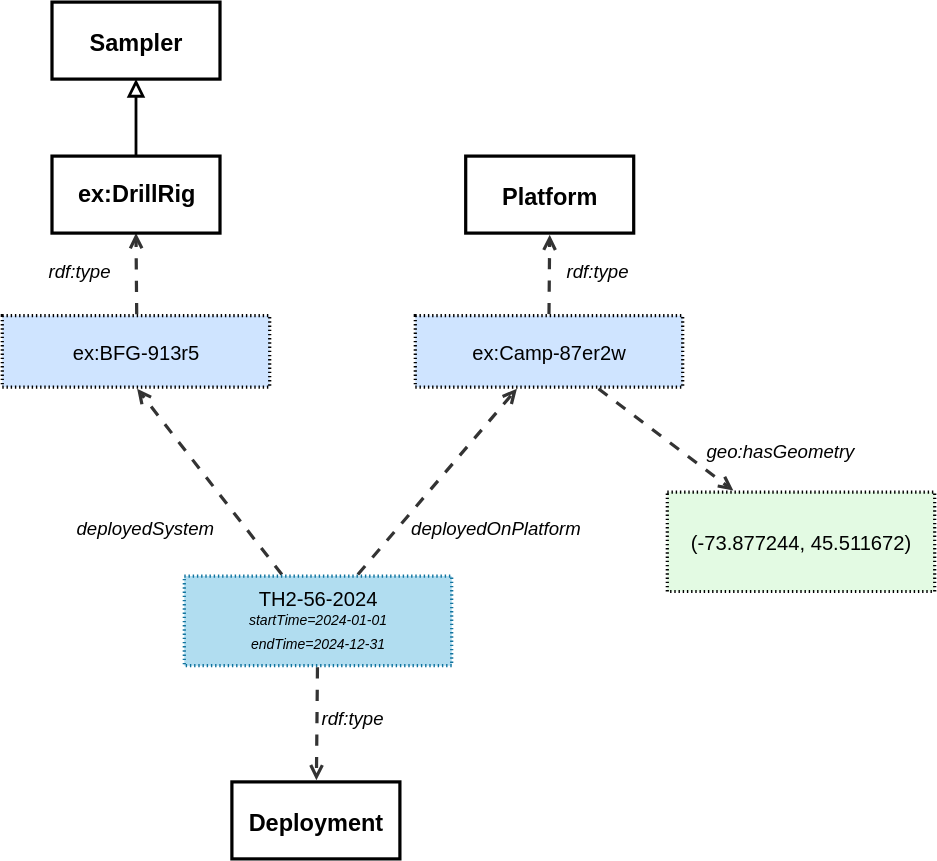
This is ssn/images/LocatedDeployment.svg from w3c/sdw-sosa-ssn, a draw.io export, as it was before one commit. Source tidied: cells renumbered, new cells last; positions are measured from the earlier drawing's top-left corner, leaving out a move shared by most shapes.
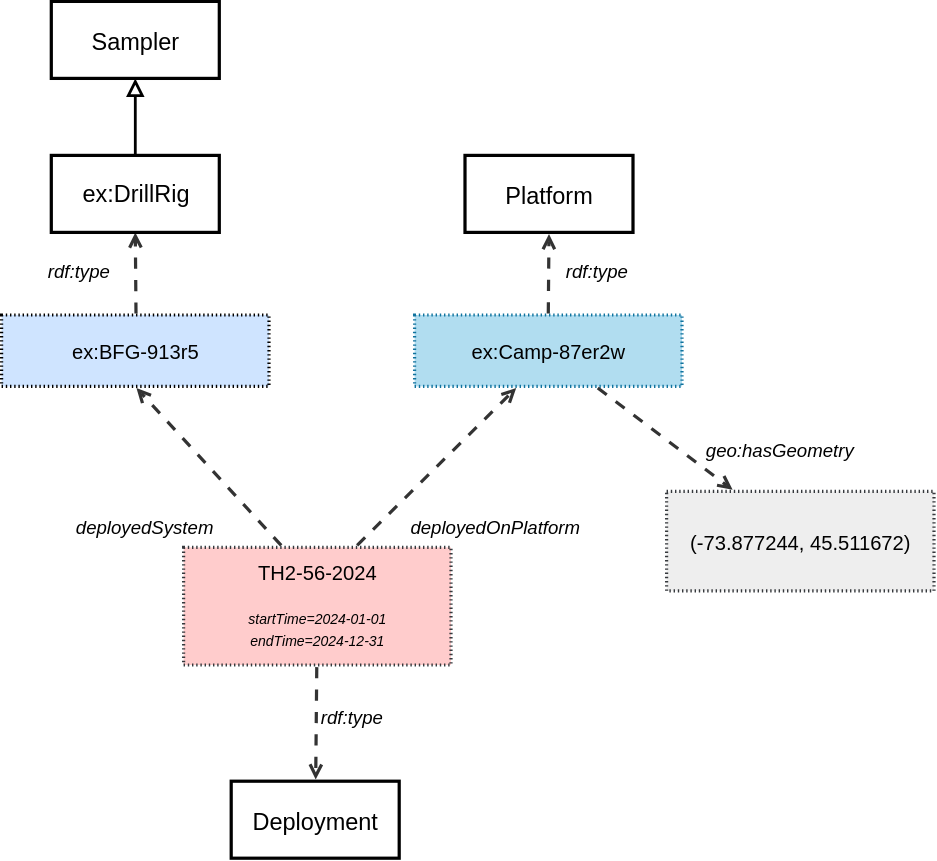
The same diagram one commit later.

Change to the diagram source:
```diff
@@ -10,16 +10,16 @@
     <mxCell id="3" style="html=1;jettySize=18;whiteSpace=wrap;fontSize=13;strokeColor=#333333;strokeOpacity=100;dashed=1;fixDash=1;dashPattern=8 8;strokeWidth=2.3;rounded=0;startArrow=none;endArrow=open;exitX=0.649;exitY=-0.018;exitPerimeter=0;entryX=0.38;entryY=1.022;entryPerimeter=0;lucidId=sctLJVu9iMUp;fontColor=default;convertToSvg=1;fontFamily=Helvetica;" parent="1" edge="1" source="5" target="4">
       <mxGeometry relative="1" as="geometry" />
     </mxCell>
-    <mxCell id="4" value="&lt;span style=&quot;&quot;&gt;ex:Camp-87er2w&lt;/span&gt;" style="html=1;overflow=block;blockSpacing=1;whiteSpace=wrap;fontSize=14.4;fontFamily=Helvetica;fontColor=default;align=center;spacing=0;strokeOpacity=100;fillOpacity=100;fillColor=#cfe4ff;dashed=1;fixDash=1;dashPattern=1 2;strokeWidth=2.3;convertToSvg=1;" parent="1" vertex="1">
+    <mxCell id="4" value="&lt;span style=&quot;&quot;&gt;ex:Camp-87er2w&lt;/span&gt;" style="html=1;overflow=block;blockSpacing=1;whiteSpace=wrap;fontSize=14.4;fontFamily=Helvetica;align=center;spacing=0;strokeOpacity=100;fillOpacity=100;fillColor=#b1ddf0;dashed=1;fixDash=1;dashPattern=1 2;strokeWidth=2.3;convertToSvg=1;strokeColor=#10739e;" parent="1" vertex="1">
       <mxGeometry x="295" y="224" width="191" height="51" as="geometry" />
     </mxCell>
-    <mxCell id="5" value="&lt;div style=&quot;display: flex; justify-content: center; text-align: center; align-items: baseline; font-size: 0; line-height: 1.25;margin-top: -2px;&quot;&gt;&lt;span&gt;&lt;span style=&quot;font-size: 14.4px;&quot;&gt;&lt;font&gt;TH2-56-2024&lt;br&gt;&lt;/font&gt;&lt;/span&gt;&lt;/span&gt;&lt;/div&gt;&lt;div style=&quot;display: flex; justify-content: center; text-align: center; align-items: baseline; font-size: 0; line-height: 1.25;margin-top: -2px;&quot;&gt;&lt;span&gt;&lt;span style=&quot;font-size: 13px;&quot;&gt;&lt;span style=&quot;font-size: 10px; font-style: italic;&quot;&gt;&lt;font&gt;startTime=2024-01-01&lt;br&gt;endTime=2024-12-31&lt;/font&gt;&lt;/span&gt;&lt;/span&gt;&lt;/span&gt;&lt;/div&gt;" style="align=center;whiteSpace=wrap;overflow=block;blockSpacing=1;html=1;fontFamily=Helvetica;fontSize=13;spacing=0;strokeOpacity=100;fillOpacity=100;fillColor=#b1ddf0;dashed=1;fixDash=1;dashPattern=1 2;strokeWidth=2.3;strokeColor=#10739e;fontColor=default;convertToSvg=1;" parent="1" vertex="1">
-      <mxGeometry x="130" y="410" width="191" height="64" as="geometry" />
+    <mxCell id="5" value="&lt;div style=&quot;display: flex; justify-content: center; text-align: center; align-items: baseline; font-size: 0; line-height: 1.25;margin-top: -2px;&quot;&gt;&lt;span&gt;&lt;span style=&quot;font-size: 14.4px;&quot;&gt;&lt;font&gt;TH2-56-2024&lt;br&gt;&lt;/font&gt;&lt;/span&gt;&lt;/span&gt;&lt;/div&gt;&lt;div style=&quot;display: flex; justify-content: center; text-align: center; align-items: baseline; font-size: 0; line-height: 1.25;margin-top: -2px;&quot;&gt;&lt;span&gt;&lt;span style=&quot;font-size: 13px;&quot;&gt;&lt;span style=&quot;font-size: 10px; font-style: italic;&quot;&gt;&lt;font style=&quot;line-height: 105%;&quot;&gt;startTime=2024-01-01&lt;br&gt;endTime=2024-12-31&lt;/font&gt;&lt;/span&gt;&lt;/span&gt;&lt;/span&gt;&lt;/div&gt;" style="align=center;whiteSpace=wrap;overflow=block;blockSpacing=1;html=1;fontFamily=Helvetica;fontSize=13;spacing=0;strokeOpacity=100;fillOpacity=100;fillColor=#ffcccc;dashed=1;fixDash=1;dashPattern=1 2;strokeWidth=2.3;strokeColor=#36393d;convertToSvg=1;" parent="1" vertex="1">
+      <mxGeometry x="130" y="390" width="191" height="84" as="geometry" />
     </mxCell>
-    <mxCell id="6" value="Platform" style="html=1;overflow=block;blockSpacing=1;whiteSpace=wrap;fontSize=16.8;fontColor=default;fontStyle=1;align=center;spacing=0;strokeOpacity=100;fillOpacity=0;fillColor=#000000;strokeWidth=2.3;convertToSvg=1;fontFamily=Helvetica;" parent="1" vertex="1">
+    <mxCell id="6" value="Platform" style="html=1;overflow=block;blockSpacing=1;whiteSpace=wrap;fontSize=16.8;fontColor=default;fontStyle=0;align=center;spacing=0;strokeOpacity=100;fillOpacity=0;fillColor=#000000;strokeWidth=2.3;convertToSvg=1;fontFamily=Helvetica;" parent="1" vertex="1">
       <mxGeometry x="331" y="110" width="120" height="55" as="geometry" />
     </mxCell>
-    <mxCell id="7" value="Deployment" style="html=1;overflow=block;blockSpacing=1;whiteSpace=wrap;fontSize=16.8;fontColor=default;fontStyle=1;align=center;spacing=0;strokeOpacity=100;fillOpacity=0;fillColor=#000000;strokeWidth=2.3;convertToSvg=1;fontFamily=Helvetica;" parent="1" vertex="1">
+    <mxCell id="7" value="Deployment" style="html=1;overflow=block;blockSpacing=1;whiteSpace=wrap;fontSize=16.8;fontColor=default;fontStyle=0;align=center;spacing=0;strokeOpacity=100;fillOpacity=0;fillColor=#000000;strokeWidth=2.3;convertToSvg=1;fontFamily=Helvetica;" parent="1" vertex="1">
       <mxGeometry x="164" y="557" width="120" height="55" as="geometry" />
     </mxCell>
     <mxCell id="8" value="deployedSystem" style="html=1;overflow=block;blockSpacing=1;whiteSpace=wrap;fontSize=13.3;fontStyle=2;align=left;spacing=3.8;verticalAlign=top;strokeColor=none;fillOpacity=0;fillColor=#ffffff;dashed=1;fixDash=1;dashPattern=16 6;strokeWidth=0;lucidId=kStLkB8U_8pj;fontColor=default;convertToSvg=1;fontFamily=Helvetica;" parent="1" vertex="1">
@@ -40,7 +40,7 @@
     <mxCell id="13" value="rdf:type" style="html=1;overflow=block;blockSpacing=1;whiteSpace=wrap;fontSize=13.3;fontStyle=2;align=left;spacing=3.8;verticalAlign=top;strokeColor=none;fillOpacity=0;fillColor=#ffffff;dashed=1;fixDash=1;dashPattern=16 6;strokeWidth=0;lucidId=IUtLrM7hSAFz;fontColor=default;convertToSvg=1;fontFamily=Helvetica;" parent="1" vertex="1">
       <mxGeometry x="225" y="501" width="70" height="28" as="geometry" />
     </mxCell>
-    <mxCell id="14" value="&lt;font&gt;(-73.877244, 45.511672)&lt;/font&gt;" style="points=[[0.247,-0.016,0]];html=1;overflow=block;blockSpacing=1;whiteSpace=wrap;fontSize=14.4;fontFamily=Helvetica;fontColor=default;align=center;spacing=0;strokeOpacity=100;fillOpacity=100;fillColor=#e3fae3;dashed=1;fixDash=1;dashPattern=1 2;strokeWidth=2.3;convertToSvg=1;" parent="1" vertex="1">
+    <mxCell id="14" value="&lt;font&gt;(-73.877244, 45.511672)&lt;/font&gt;" style="points=[[0.247,-0.016,0]];html=1;overflow=block;blockSpacing=1;whiteSpace=wrap;fontSize=14.4;fontFamily=Helvetica;align=center;spacing=0;strokeOpacity=100;fillOpacity=100;fillColor=#eeeeee;dashed=1;fixDash=1;dashPattern=1 2;strokeWidth=2.3;convertToSvg=1;strokeColor=#36393d;" parent="1" vertex="1">
       <mxGeometry x="475" y="350" width="191" height="71" as="geometry" />
     </mxCell>
     <mxCell id="15" style="html=1;jettySize=18;whiteSpace=wrap;fontSize=13;strokeColor=#333333;strokeOpacity=100;dashed=1;fixDash=1;dashPattern=8 8;strokeWidth=2.3;rounded=0;startArrow=none;endArrow=open;exitX=0.685;exitY=1.022;exitPerimeter=0;entryX=0.247;entryY=-0.016;entryPerimeter=0;lucidId=ZYtLhyIyaS8z;fontColor=default;convertToSvg=1;fontFamily=Helvetica;" parent="1" edge="1" source="4" target="14">
@@ -52,7 +52,7 @@
     <mxCell id="17" value="&lt;font&gt;ex:BFG-913r5&lt;/font&gt;" style="html=1;overflow=block;blockSpacing=1;whiteSpace=wrap;fontSize=14.4;fontFamily=Helvetica;fontColor=default;align=center;spacing=0;strokeOpacity=100;fillOpacity=100;fillColor=#cfe4ff;dashed=1;fixDash=1;dashPattern=1 2;strokeWidth=2.3;convertToSvg=1;" parent="1" vertex="1">
       <mxGeometry y="224" width="191" height="51" as="geometry" />
     </mxCell>
-    <mxCell id="18" value="Sampler" style="html=1;overflow=block;blockSpacing=1;whiteSpace=wrap;fontSize=16.8;fontColor=default;fontStyle=1;align=center;spacing=0;strokeOpacity=100;fillOpacity=0;fillColor=#000000;strokeWidth=2.3;convertToSvg=1;fontFamily=Helvetica;" parent="1" vertex="1">
+    <mxCell id="18" value="Sampler" style="html=1;overflow=block;blockSpacing=1;whiteSpace=wrap;fontSize=16.8;fontColor=default;fontStyle=0;align=center;spacing=0;strokeOpacity=100;fillOpacity=0;fillColor=#000000;strokeWidth=2.3;convertToSvg=1;fontFamily=Helvetica;" parent="1" vertex="1">
       <mxGeometry x="35.5" width="120" height="55" as="geometry" />
     </mxCell>
     <mxCell id="19" value="rdf:type" style="html=1;overflow=block;blockSpacing=1;whiteSpace=wrap;fontSize=13.3;fontStyle=2;align=left;spacing=3.8;verticalAlign=top;strokeColor=none;fillOpacity=0;fillColor=#ffffff;dashed=1;fixDash=1;dashPattern=16 6;strokeWidth=0;lucidId=0ZtLoD1I2n68;fontColor=default;convertToSvg=1;fontFamily=Helvetica;" parent="1" vertex="1">
@@ -66,7 +66,7 @@
     <mxCell id="21" style="edgeStyle=orthogonalEdgeStyle;rounded=0;jettySize=auto;html=1;exitX=0.5;exitY=0;exitDx=0;exitDy=0;endArrow=block;endFill=0;strokeWidth=2;endSize=8;fontColor=default;convertToSvg=1;fontFamily=Helvetica;" parent="1" edge="1" source="22" target="18">
       <mxGeometry relative="1" as="geometry" />
     </mxCell>
-    <mxCell id="22" value="ex:&lt;span style=&quot;background-color: transparent;&quot;&gt;DrillRig&lt;/span&gt;" style="html=1;overflow=block;blockSpacing=1;whiteSpace=wrap;fontSize=16.8;fontColor=default;fontStyle=1;align=center;spacing=0;strokeOpacity=100;fillOpacity=0;fillColor=#000000;strokeWidth=2.3;convertToSvg=1;fontFamily=Helvetica;" parent="1" vertex="1">
+    <mxCell id="22" value="ex:&lt;span style=&quot;background-color: transparent;&quot;&gt;DrillRig&lt;/span&gt;" style="html=1;overflow=block;blockSpacing=1;whiteSpace=wrap;fontSize=16.8;fontColor=default;fontStyle=0;align=center;spacing=0;strokeOpacity=100;fillOpacity=0;fillColor=#000000;strokeWidth=2.3;convertToSvg=1;fontFamily=Helvetica;" parent="1" vertex="1">
       <mxGeometry x="35.5" y="110" width="120" height="55" as="geometry" />
     </mxCell>
   </root>
```
